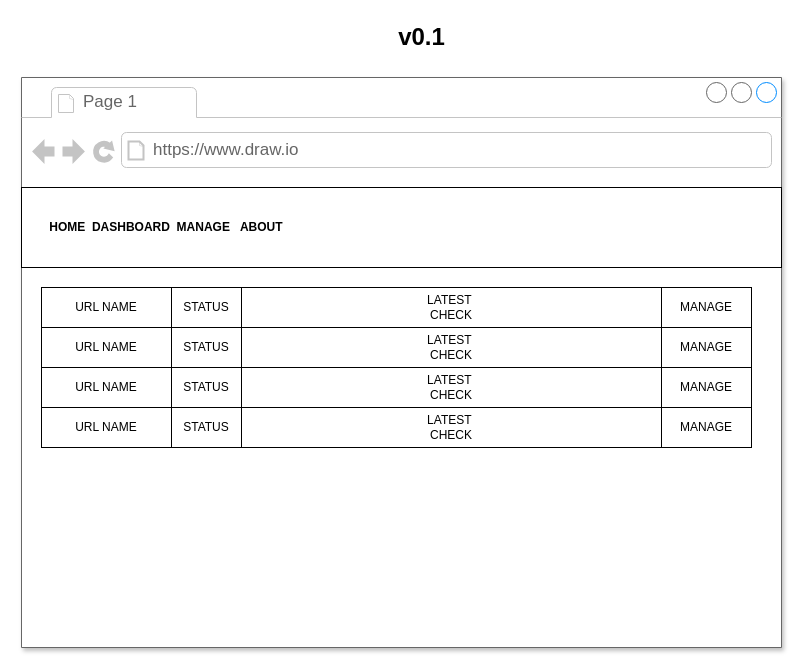
This is page "0.1 - URL Manager" (2 of 5) of StatusSonar.drawio from arturgut/status-sonar, a draw.io file, before an edit. Source tidied: cells renumbered, new cells numbered last; positions are measured from the earlier drawing's top-left corner, leaving out a move shared by most shapes. Both pictures are drawn from the tidied source at 100%, with x=0, y=0 at pixel (21, 17).
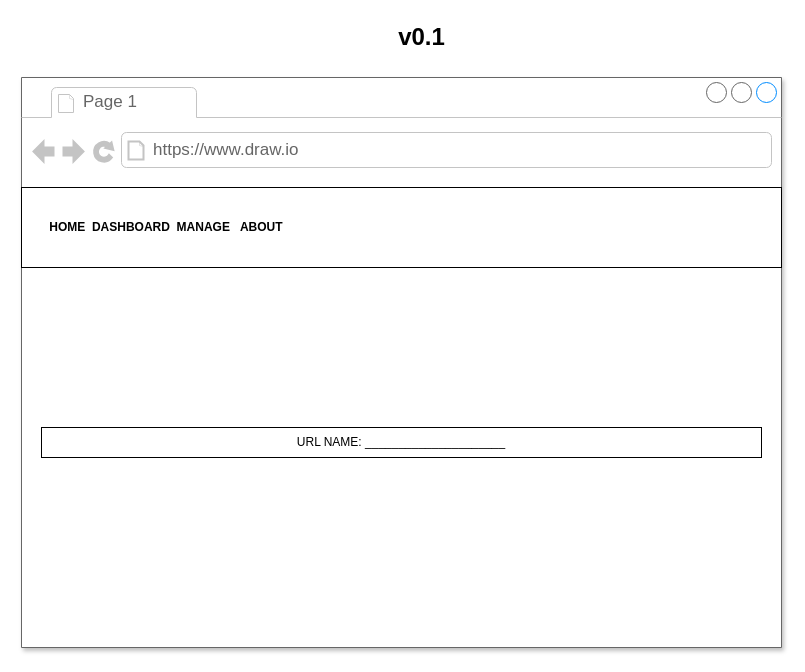
Above is the later version.

Unchanged cells that the change refers to:
```xml
<mxCell id="2" style="strokeWidth=1;shadow=1;dashed=0;align=center;html=1;shape=mxgraph.mockup.containers.browserWindow;rSize=0;strokeColor=#666666;strokeColor2=#008cff;strokeColor3=#c4c4c4;mainText=,;fillColor=none;" parent="1" vertex="1">
  <mxGeometry y="60" width="760" height="570" as="geometry" />
</mxCell>
```

The edit, as a diff of the source:
```diff
@@
-    <mxCell id="5" value="MANAGE" style="rounded=0;whiteSpace=wrap;html=1;glass=0;arcSize=2;shadow=0;" parent="2" vertex="1">
-      <mxGeometry x="640" y="250" width="90" height="40" as="geometry" />
-    </mxCell>
-    <mxCell id="6" value="MANAGE" style="rounded=0;whiteSpace=wrap;html=1;glass=0;arcSize=2;shadow=0;" parent="2" vertex="1">
-      <mxGeometry x="640" y="290" width="90" height="40" as="geometry" />
-    </mxCell>
-    <mxCell id="7" value="MANAGE" style="rounded=0;whiteSpace=wrap;html=1;glass=0;arcSize=2;shadow=0;" parent="2" vertex="1">
-      <mxGeometry x="640" y="330" width="90" height="40" as="geometry" />
-    </mxCell>
-    <mxCell id="8" value="MANAGE" style="rounded=0;whiteSpace=wrap;html=1;glass=0;arcSize=2;shadow=0;" parent="2" vertex="1">
-      <mxGeometry x="640" y="210" width="90" height="40" as="geometry" />
-    </mxCell>
+    <mxCell id="14" value="URL NAME: _____________________" style="rounded=0;whiteSpace=wrap;html=1;glass=0;arcSize=2;shadow=0;" parent="2" vertex="1">
+      <mxGeometry x="20" y="350" width="720" height="30" as="geometry" />
+    </mxCell>
@@
-    <mxCell id="12" value="URL NAME" style="rounded=0;whiteSpace=wrap;html=1;glass=0;arcSize=2;shadow=0;" parent="10" vertex="1">
-      <mxGeometry x="20" y="270" width="130" height="40" as="geometry" />
-    </mxCell>
-    <mxCell id="13" value="STATUS" style="rounded=0;whiteSpace=wrap;html=1;glass=0;arcSize=2;shadow=0;" parent="10" vertex="1">
-      <mxGeometry x="150" y="270" width="70" height="40" as="geometry" />
-    </mxCell>
-    <mxCell id="14" value="LATEST&amp;nbsp;&lt;br&gt;CHECK" style="rounded=0;whiteSpace=wrap;html=1;glass=0;arcSize=2;shadow=0;" parent="10" vertex="1">
-      <mxGeometry x="220" y="270" width="420" height="40" as="geometry" />
-    </mxCell>
-    <mxCell id="15" value="URL NAME" style="rounded=0;whiteSpace=wrap;html=1;glass=0;arcSize=2;shadow=0;" parent="10" vertex="1">
-      <mxGeometry x="20" y="310" width="130" height="40" as="geometry" />
-    </mxCell>
-    <mxCell id="16" value="STATUS" style="rounded=0;whiteSpace=wrap;html=1;glass=0;arcSize=2;shadow=0;" parent="10" vertex="1">
-      <mxGeometry x="150" y="310" width="70" height="40" as="geometry" />
-    </mxCell>
-    <mxCell id="17" value="LATEST&amp;nbsp;&lt;br&gt;CHECK" style="rounded=0;whiteSpace=wrap;html=1;glass=0;arcSize=2;shadow=0;" parent="10" vertex="1">
-      <mxGeometry x="220" y="310" width="420" height="40" as="geometry" />
-    </mxCell>
-    <mxCell id="18" value="URL NAME" style="rounded=0;whiteSpace=wrap;html=1;glass=0;arcSize=2;shadow=0;" parent="10" vertex="1">
-      <mxGeometry x="20" y="350" width="130" height="40" as="geometry" />
-    </mxCell>
-    <mxCell id="19" value="STATUS" style="rounded=0;whiteSpace=wrap;html=1;glass=0;arcSize=2;shadow=0;" parent="10" vertex="1">
-      <mxGeometry x="150" y="350" width="70" height="40" as="geometry" />
-    </mxCell>
-    <mxCell id="20" value="LATEST&amp;nbsp;&lt;br&gt;CHECK" style="rounded=0;whiteSpace=wrap;html=1;glass=0;arcSize=2;shadow=0;" parent="10" vertex="1">
-      <mxGeometry x="220" y="350" width="420" height="40" as="geometry" />
-    </mxCell>
-    <mxCell id="21" value="URL NAME" style="rounded=0;whiteSpace=wrap;html=1;glass=0;arcSize=2;shadow=0;" parent="10" vertex="1">
-      <mxGeometry x="20" y="390" width="130" height="40" as="geometry" />
-    </mxCell>
-    <mxCell id="22" value="STATUS" style="rounded=0;whiteSpace=wrap;html=1;glass=0;arcSize=2;shadow=0;" parent="10" vertex="1">
-      <mxGeometry x="150" y="390" width="70" height="40" as="geometry" />
-    </mxCell>
-    <mxCell id="23" value="LATEST&amp;nbsp;&lt;br&gt;CHECK" style="rounded=0;whiteSpace=wrap;html=1;glass=0;arcSize=2;shadow=0;" parent="10" vertex="1">
-      <mxGeometry x="220" y="390" width="420" height="40" as="geometry" />
-    </mxCell>
```
